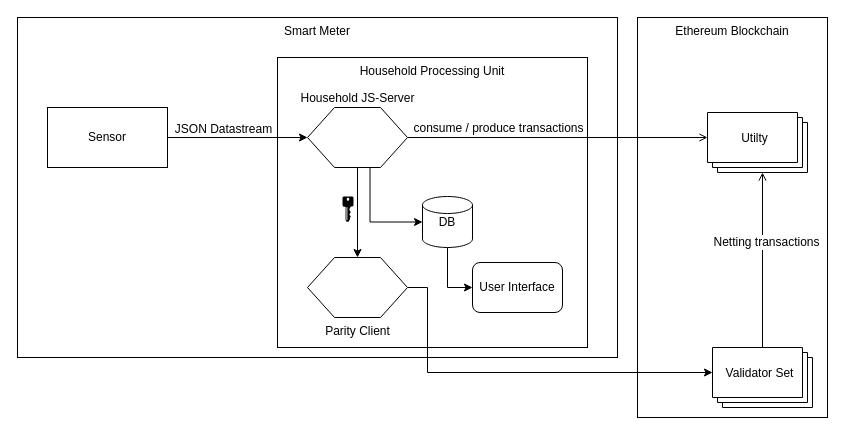
Earlier version of the draw.io diagram documentation/architecture.drawio (JacobEberhardt/decentralized-energy-trading). Source tidied: cells renumbered, new cells numbered last; positions are measured from the earlier drawing's top-left corner, leaving out a move shared by most shapes. Both pictures are drawn from the tidied source at 100%, with x=0, y=0 at pixel (17, 17).
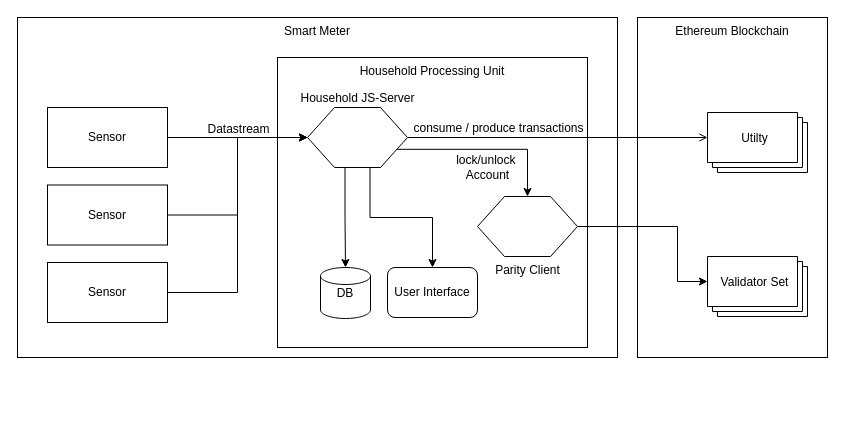
The same diagram, later.

Unchanged cells that the change refers to:
```xml
<mxCell id="3" style="edgeStyle=orthogonalEdgeStyle;rounded=0;jettySize=auto;html=1;labelPosition=center;verticalLabelPosition=top;align=center;verticalAlign=bottom;spacingTop=0;endArrow=classic;endFill=1;" parent="1" edge="1" source="5" target="13">
  <mxGeometry relative="1" as="geometry" />
</mxCell>
<mxCell id="13" value="Household JS-Server" style="verticalLabelPosition=top;verticalAlign=bottom;html=1;strokeWidth=1;shape=hexagon;perimeter=hexagonPerimeter2;arcSize=6;size=0.27;labelPosition=center;align=center;" parent="1" vertex="1">
  <mxGeometry x="290" y="90" width="100" height="60" as="geometry" />
</mxCell>
<mxCell id="21" value="Utilty" style="verticalLabelPosition=middle;verticalAlign=middle;html=1;shape=mxgraph.basic.layered_rect;dx=10;outlineConnect=0;strokeWidth=1;fillColor=#FFFFFF;spacingTop=-8;spacingLeft=-6;labelPosition=center;align=center;" parent="1" vertex="1">
  <mxGeometry x="690" y="95" width="100" height="60" as="geometry" />
</mxCell>
```

What changed in the source:
```diff
@@
+    <mxCell id="22" value="Ethereum Blockchain" style="rounded=0;whiteSpace=wrap;html=1;shadow=0;glass=0;comic=0;labelBackgroundColor=none;strokeColor=#000000;strokeWidth=1;fillColor=none;fontSize=12;verticalAlign=top;" parent="1" vertex="1">
+      <mxGeometry x="620" width="190" height="340" as="geometry" />
+    </mxCell>
@@
-    <mxCell id="4" value="&lt;p style=&quot;line-height: 100%; font-size: 12px;&quot;&gt;JSON Datastream&lt;/p&gt;" style="text;html=1;align=center;verticalAlign=middle;labelBackgroundColor=none;fontSize=12;" parent="3" vertex="1">
+    <mxCell id="4" value="&lt;p style=&quot;line-height: 100% ; font-size: 12px&quot;&gt;Datastream&lt;/p&gt;" style="text;html=1;align=center;verticalAlign=middle;labelBackgroundColor=none;fontSize=12;" parent="3" vertex="1">
       <mxGeometry x="-0.29" y="1" relative="1" as="geometry">
-        <mxPoint x="5" y="-9" as="offset" />
+        <mxPoint x="20" y="-9" as="offset" />
       </mxGeometry>
     </mxCell>
@@
     <mxCell id="7" style="edgeStyle=orthogonalEdgeStyle;rounded=0;jettySize=auto;html=1;exitX=1;exitY=0.5;exitDx=0;exitDy=0;entryX=0;entryY=0;entryDx=0;entryDy=25;entryPerimeter=0;" parent="1" edge="1" source="8" target="20">
       <mxGeometry relative="1" as="geometry">
         <Array as="points">
-          <mxPoint x="410" y="270" />
-          <mxPoint x="410" y="355" />
+          <mxPoint x="660" y="209" />
+          <mxPoint x="660" y="264" />
         </Array>
       </mxGeometry>
     </mxCell>
     <mxCell id="8" value="Parity Client" style="verticalLabelPosition=bottom;verticalAlign=top;html=1;strokeWidth=1;shape=hexagon;perimeter=hexagonPerimeter2;arcSize=6;size=0.27;" parent="1" vertex="1">
-      <mxGeometry x="290" y="240" width="100" height="60" as="geometry" />
+      <mxGeometry x="460" y="179" width="100" height="60" as="geometry" />
     </mxCell>
-    <mxCell id="9" style="edgeStyle=orthogonalEdgeStyle;rounded=0;jettySize=auto;html=1;" parent="1" edge="1" source="13" target="8">
+    <mxCell id="9" style="edgeStyle=orthogonalEdgeStyle;rounded=0;jettySize=auto;html=1;exitX=1;exitY=0.75;exitDx=0;exitDy=0;" parent="1" edge="1" source="13" target="8">
       <mxGeometry relative="1" as="geometry" />
     </mxCell>
+    <mxCell id="23" value="lock/unlock&amp;nbsp;&lt;br&gt;Account&lt;br&gt;" style="text;html=1;align=center;verticalAlign=middle;labelBackgroundColor=none;" parent="9" vertex="1">
+      <mxGeometry x="0.42" y="-1" relative="1" as="geometry">
+        <mxPoint x="-36" y="17" as="offset" />
+      </mxGeometry>
+    </mxCell>
-    <mxCell id="10" style="edgeStyle=orthogonalEdgeStyle;rounded=0;jettySize=auto;html=1;exitX=0.625;exitY=1;exitDx=0;exitDy=0;entryX=0;entryY=0.5;entryDx=0;entryDy=0;entryPerimeter=0;" parent="1" edge="1" source="13" target="16">
+    <mxCell id="10" style="edgeStyle=orthogonalEdgeStyle;rounded=0;jettySize=auto;html=1;exitX=0.375;exitY=1;exitDx=0;exitDy=0;entryX=0.5;entryY=0;entryDx=0;entryDy=0;entryPerimeter=0;" parent="1" edge="1" source="13" target="16">
       <mxGeometry relative="1" as="geometry" />
     </mxCell>
@@
-    <mxCell id="14" style="shadow=0;dashed=0;html=1;strokeColor=none;labelPosition=center;verticalLabelPosition=bottom;verticalAlign=top;align=center;shape=mxgraph.mscae.enterprise.key_permissions;fillColor=#000000;" parent="1" vertex="1">
-      <mxGeometry x="325" y="179" width="11" height="25.4" as="geometry" />
-    </mxCell>
-    <mxCell id="15" style="edgeStyle=orthogonalEdgeStyle;rounded=0;jettySize=auto;html=1;exitX=0.5;exitY=1;exitDx=0;exitDy=0;exitPerimeter=0;entryX=0;entryY=0.5;entryDx=0;entryDy=0;" parent="1" edge="1" source="16" target="17">
-      <mxGeometry relative="1" as="geometry" />
+    <mxCell id="15" style="edgeStyle=orthogonalEdgeStyle;rounded=0;jettySize=auto;html=1;exitX=0.625;exitY=1;exitDx=0;exitDy=0;entryX=0.5;entryY=0;entryDx=0;entryDy=0;" parent="1" edge="1" source="13" target="17">
+      <mxGeometry relative="1" as="geometry">
+        <Array as="points">
+          <mxPoint x="353" y="200" />
+          <mxPoint x="415" y="200" />
+        </Array>
+      </mxGeometry>
     </mxCell>
     <mxCell id="16" value="DB" style="strokeWidth=1;html=1;shape=mxgraph.flowchart.database;whiteSpace=wrap;fillColor=#FFFFFF;" parent="1" vertex="1">
-      <mxGeometry x="405" y="179" width="50" height="51" as="geometry" />
+      <mxGeometry x="303" y="250" width="50" height="51" as="geometry" />
     </mxCell>
     <mxCell id="17" value="User Interface" style="rounded=1;whiteSpace=wrap;html=1;strokeWidth=1;fillColor=#FFFFFF;" parent="1" vertex="1">
-      <mxGeometry x="455" y="245" width="90" height="50" as="geometry" />
+      <mxGeometry x="370" y="250" width="90" height="50" as="geometry" />
     </mxCell>
-    <mxCell id="18" style="edgeStyle=orthogonalEdgeStyle;rounded=0;jettySize=auto;html=1;entryX=0;entryY=0;entryDx=55;entryDy=60;entryPerimeter=0;endArrow=open;endFill=0;" parent="1" edge="1" source="20" target="21">
-      <mxGeometry relative="1" as="geometry" />
-    </mxCell>
-    <mxCell id="19" value="Netting transactions&lt;br&gt;" style="text;html=1;align=center;verticalAlign=middle;labelBackgroundColor=#ffffff;fontSize=12;" parent="18" vertex="1">
-      <mxGeometry x="0.21" y="-3" relative="1" as="geometry" />
-    </mxCell>
     <mxCell id="20" value="Validator Set&lt;br&gt;" style="verticalLabelPosition=middle;verticalAlign=middle;html=1;shape=mxgraph.basic.layered_rect;dx=10;outlineConnect=0;strokeWidth=1;fillColor=#FFFFFF;labelPosition=center;align=center;spacingTop=-8;spacingLeft=-6;" parent="1" vertex="1">
-      <mxGeometry x="695" y="330" width="100" height="60" as="geometry" />
+      <mxGeometry x="690" y="239" width="100" height="60" as="geometry" />
     </mxCell>
@@
-    <mxCell id="22" value="Ethereum Blockchain" style="rounded=0;whiteSpace=wrap;html=1;shadow=0;glass=0;comic=0;labelBackgroundColor=none;strokeColor=#000000;strokeWidth=1;fillColor=none;fontSize=12;verticalAlign=top;" parent="1" vertex="1">
-      <mxGeometry x="620" width="190" height="400" as="geometry" />
-    </mxCell>
+    <mxCell id="24" style="edgeStyle=orthogonalEdgeStyle;rounded=0;jettySize=auto;html=1;exitX=1;exitY=0.5;exitDx=0;exitDy=0;entryX=0;entryY=0.5;entryDx=0;entryDy=0;" parent="1" edge="1" source="25" target="13">
+      <mxGeometry relative="1" as="geometry" />
+    </mxCell>
+    <mxCell id="25" value="Sensor" style="rounded=0;whiteSpace=wrap;html=1;" parent="1" vertex="1">
+      <mxGeometry x="30" y="167.5" width="120" height="60" as="geometry" />
+    </mxCell>
+    <mxCell id="26" style="edgeStyle=orthogonalEdgeStyle;rounded=0;jettySize=auto;html=1;exitX=1;exitY=0.5;exitDx=0;exitDy=0;entryX=0;entryY=0.5;entryDx=0;entryDy=0;" parent="1" edge="1" source="27" target="13">
+      <mxGeometry relative="1" as="geometry" />
+    </mxCell>
+    <mxCell id="27" value="Sensor" style="rounded=0;whiteSpace=wrap;html=1;" parent="1" vertex="1">
+      <mxGeometry x="30" y="245" width="120" height="60" as="geometry" />
+    </mxCell>
```
